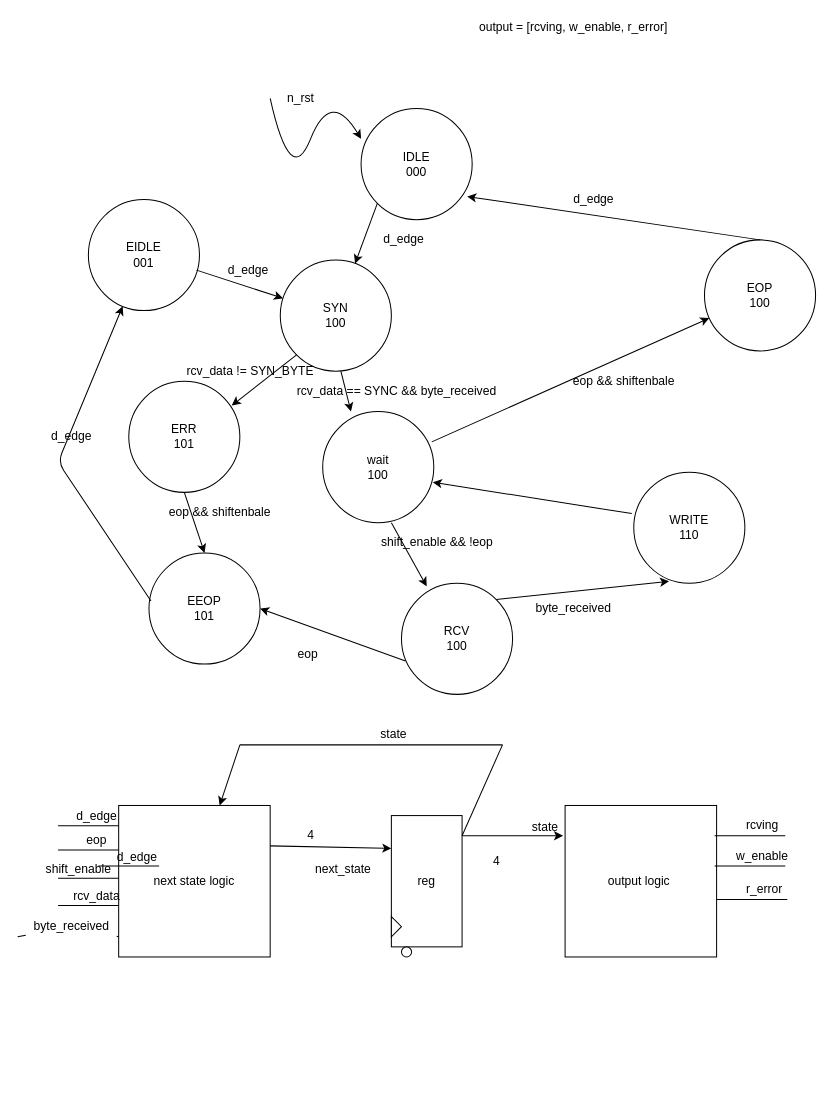
Earlier version of the draw.io diagram project/docs/RCU_RTL.drawio (Mooyeonkim628/ECE337_ASIC_Design). Source tidied: cells renumbered, new cells numbered last; positions are measured from the earlier drawing's top-left corner, leaving out a move shared by most shapes. Both pictures are drawn from the tidied source at 101%, with x=0, y=0 at pixel (17, 17).
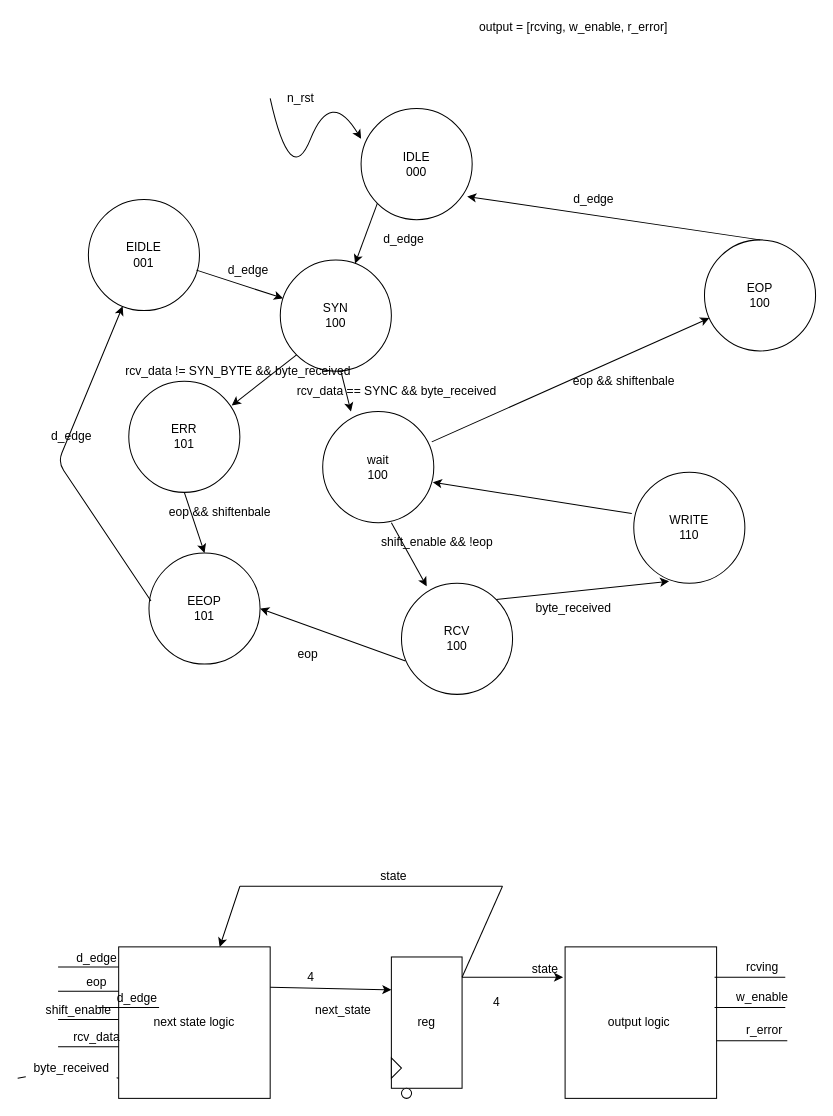
After the change.

The edit, as a diff of the source:
```diff
@@
-    <mxCell id="9" value="rcv_data != SYN_BYTE" style="text;html=1;align=center;verticalAlign=middle;" parent="1" vertex="1">
-      <mxGeometry x="160" y="340" width="140" height="20" as="geometry" />
+    <mxCell id="9" value="rcv_data != SYN_BYTE &amp;amp;&amp;amp; byte_received" style="text;html=1;align=center;verticalAlign=middle;" parent="1" vertex="1">
+      <mxGeometry x="98" y="340" width="240" height="20" as="geometry" />
     </mxCell>
@@
     <mxCell id="23" value="next state logic" style="whiteSpace=wrap;html=1;" parent="1" vertex="1">
-      <mxGeometry x="100" y="780" width="150" height="150" as="geometry" />
+      <mxGeometry x="100" y="920" width="150" height="150" as="geometry" />
     </mxCell>
     <mxCell id="24" value="reg" style="rounded=0;whiteSpace=wrap;html=1;" parent="1" vertex="1">
-      <mxGeometry x="370" y="790" width="70" height="130" as="geometry" />
+      <mxGeometry x="370" y="930" width="70" height="130" as="geometry" />
     </mxCell>
     <mxCell id="25" style="endArrow=classic;html=1;entryX=0;entryY=0.25;entryDx=0;entryDy=0;" parent="1" edge="1" target="24">
       <mxGeometry relative="1" as="geometry">
-        <mxPoint x="250" y="820" as="sourcePoint" />
+        <mxPoint x="250" y="960" as="sourcePoint" />
       </mxGeometry>
     </mxCell>
     <mxCell id="26" value="4" style="text;html=1;align=center;verticalAlign=middle;" parent="1" vertex="1">
-      <mxGeometry x="280" y="800" width="20" height="20" as="geometry" />
+      <mxGeometry x="280" y="940" width="20" height="20" as="geometry" />
     </mxCell>
     <mxCell id="27" value="next_state" style="text;html=1;align=center;verticalAlign=middle;" parent="1" vertex="1">
-      <mxGeometry x="287" y="833" width="70" height="20" as="geometry" />
+      <mxGeometry x="287" y="973" width="70" height="20" as="geometry" />
     </mxCell>
     <mxCell id="28" style="endArrow=none;html=1;" parent="1" edge="1">
       <mxGeometry relative="1" as="geometry">
-        <mxPoint x="440" y="810" as="sourcePoint" />
-        <mxPoint x="480" y="720" as="targetPoint" />
+        <mxPoint x="440" y="950" as="sourcePoint" />
+        <mxPoint x="480" y="860" as="targetPoint" />
       </mxGeometry>
     </mxCell>
     <mxCell id="29" style="endArrow=none;html=1;" parent="1" edge="1">
       <mxGeometry relative="1" as="geometry">
-        <mxPoint x="220" y="720" as="sourcePoint" />
-        <mxPoint x="480" y="720" as="targetPoint" />
+        <mxPoint x="220" y="860" as="sourcePoint" />
+        <mxPoint x="480" y="860" as="targetPoint" />
       </mxGeometry>
     </mxCell>
     <mxCell id="30" style="endArrow=classic;html=1;" parent="1" edge="1" target="23">
       <mxGeometry relative="1" as="geometry">
-        <mxPoint x="220" y="720" as="sourcePoint" />
+        <mxPoint x="220" y="860" as="sourcePoint" />
       </mxGeometry>
     </mxCell>
     <mxCell id="31" value="state" style="text;html=1;align=center;verticalAlign=middle;" parent="1" vertex="1">
-      <mxGeometry x="352" y="700" width="40" height="20" as="geometry" />
+      <mxGeometry x="352" y="840" width="40" height="20" as="geometry" />
     </mxCell>
     <mxCell id="32" style="endArrow=classic;html=1;" parent="1" edge="1">
       <mxGeometry relative="1" as="geometry">
-        <mxPoint x="440" y="810" as="sourcePoint" />
-        <mxPoint x="540" y="810" as="targetPoint" />
+        <mxPoint x="440" y="950" as="sourcePoint" />
+        <mxPoint x="540" y="950" as="targetPoint" />
       </mxGeometry>
     </mxCell>
     <mxCell id="33" style="triangle;whiteSpace=wrap;html=1;" parent="1" vertex="1">
-      <mxGeometry x="370" y="890" width="10" height="20" as="geometry" />
+      <mxGeometry x="370" y="1030" width="10" height="20" as="geometry" />
     </mxCell>
     <mxCell id="34" style="ellipse;whiteSpace=wrap;html=1;" parent="1" vertex="1">
-      <mxGeometry x="380" y="920" width="10" height="10" as="geometry" />
+      <mxGeometry x="380" y="1060" width="10" height="10" as="geometry" />
     </mxCell>
     <mxCell id="35" value="4" style="text;html=1;align=center;verticalAlign=middle;" parent="1" vertex="1">
-      <mxGeometry x="464" y="825" width="20" height="20" as="geometry" />
+      <mxGeometry x="464" y="965" width="20" height="20" as="geometry" />
     </mxCell>
     <mxCell id="36" value="state" style="text;html=1;align=center;verticalAlign=middle;" parent="1" vertex="1">
-      <mxGeometry x="502" y="792" width="40" height="20" as="geometry" />
+      <mxGeometry x="502" y="932" width="40" height="20" as="geometry" />
     </mxCell>
     <mxCell id="37" value="output logic&amp;nbsp;" style="whiteSpace=wrap;html=1;" parent="1" vertex="1">
-      <mxGeometry x="542" y="780" width="150" height="150" as="geometry" />
+      <mxGeometry x="542" y="920" width="150" height="150" as="geometry" />
     </mxCell>
     <mxCell id="38" style="endArrow=none;html=1;" parent="1" edge="1">
       <mxGeometry relative="1" as="geometry">
-        <mxPoint x="690" y="810" as="sourcePoint" />
-        <mxPoint x="760" y="810" as="targetPoint" />
+        <mxPoint x="690" y="950" as="sourcePoint" />
+        <mxPoint x="760" y="950" as="targetPoint" />
       </mxGeometry>
     </mxCell>
     <mxCell id="39" value="rcving" style="text;html=1;align=center;verticalAlign=middle;" parent="1" vertex="1">
-      <mxGeometry x="712" y="790" width="50" height="20" as="geometry" />
+      <mxGeometry x="712" y="930" width="50" height="20" as="geometry" />
     </mxCell>
     <mxCell id="40" style="endArrow=none;html=1;" parent="1" edge="1">
       <mxGeometry relative="1" as="geometry">
-        <mxPoint x="690" y="840" as="sourcePoint" />
-        <mxPoint x="760" y="840" as="targetPoint" />
+        <mxPoint x="690" y="980" as="sourcePoint" />
+        <mxPoint x="760" y="980" as="targetPoint" />
       </mxGeometry>
     </mxCell>
     <mxCell id="41" value="w_enable" style="text;html=1;align=center;verticalAlign=middle;" parent="1" vertex="1">
-      <mxGeometry x="702" y="820" width="70" height="20" as="geometry" />
+      <mxGeometry x="702" y="960" width="70" height="20" as="geometry" />
     </mxCell>
     <mxCell id="42" style="endArrow=none;html=1;" parent="1" edge="1">
       <mxGeometry relative="1" as="geometry">
-        <mxPoint x="692" y="873" as="sourcePoint" />
-        <mxPoint x="762" y="873" as="targetPoint" />
+        <mxPoint x="692" y="1013" as="sourcePoint" />
+        <mxPoint x="762" y="1013" as="targetPoint" />
       </mxGeometry>
     </mxCell>
     <mxCell id="43" value="r_error" style="text;html=1;align=center;verticalAlign=middle;" parent="1" vertex="1">
-      <mxGeometry x="714" y="853" width="50" height="20" as="geometry" />
+      <mxGeometry x="714" y="993" width="50" height="20" as="geometry" />
     </mxCell>
     <mxCell id="44" style="endArrow=none;html=1;" parent="1" edge="1">
       <mxGeometry relative="1" as="geometry">
-        <mxPoint x="40" y="800" as="sourcePoint" />
-        <mxPoint x="100" y="800" as="targetPoint" />
+        <mxPoint x="40" y="940" as="sourcePoint" />
+        <mxPoint x="100" y="940" as="targetPoint" />
       </mxGeometry>
     </mxCell>
     <mxCell id="45" value="d_edge" style="text;html=1;align=center;verticalAlign=middle;" parent="1" vertex="1">
-      <mxGeometry x="48" y="781" width="60" height="20" as="geometry" />
+      <mxGeometry x="48" y="921" width="60" height="20" as="geometry" />
     </mxCell>
     <mxCell id="46" style="endArrow=none;html=1;" parent="1" edge="1">
       <mxGeometry relative="1" as="geometry">
-        <mxPoint x="40" y="824" as="sourcePoint" />
-        <mxPoint x="100" y="824" as="targetPoint" />
+        <mxPoint x="40" y="964" as="sourcePoint" />
+        <mxPoint x="100" y="964" as="targetPoint" />
       </mxGeometry>
     </mxCell>
     <mxCell id="47" value="eop" style="text;html=1;align=center;verticalAlign=middle;" parent="1" vertex="1">
-      <mxGeometry x="58" y="805" width="40" height="20" as="geometry" />
+      <mxGeometry x="58" y="945" width="40" height="20" as="geometry" />
     </mxCell>
     <mxCell id="48" style="endArrow=none;html=1;" parent="1" edge="1">
       <mxGeometry relative="1" as="geometry">
-        <mxPoint x="40" y="852" as="sourcePoint" />
-        <mxPoint x="100" y="852" as="targetPoint" />
+        <mxPoint x="40" y="992" as="sourcePoint" />
+        <mxPoint x="100" y="992" as="targetPoint" />
       </mxGeometry>
     </mxCell>
     <mxCell id="49" value="shift_enable" style="text;html=1;align=center;verticalAlign=middle;" parent="1" vertex="1">
-      <mxGeometry x="20" y="833" width="80" height="20" as="geometry" />
+      <mxGeometry x="20" y="973" width="80" height="20" as="geometry" />
     </mxCell>
     <mxCell id="50" style="endArrow=none;html=1;" parent="1" edge="1">
       <mxGeometry relative="1" as="geometry">
-        <mxPoint x="40" y="879" as="sourcePoint" />
-        <mxPoint x="100" y="879" as="targetPoint" />
+        <mxPoint x="40" y="1019" as="sourcePoint" />
+        <mxPoint x="100" y="1019" as="targetPoint" />
       </mxGeometry>
     </mxCell>
     <mxCell id="51" value="rcv_data" style="text;html=1;align=center;verticalAlign=middle;" parent="1" vertex="1">
-      <mxGeometry x="48" y="860" width="60" height="20" as="geometry" />
+      <mxGeometry x="48" y="1000" width="60" height="20" as="geometry" />
     </mxCell>
@@
     <mxCell id="53" style="endArrow=none;html=1;" parent="1" edge="1">
       <mxGeometry relative="1" as="geometry">
-        <mxPoint x="80" y="840" as="sourcePoint" />
-        <mxPoint x="140" y="840" as="targetPoint" />
+        <mxPoint x="80" y="980" as="sourcePoint" />
+        <mxPoint x="140" y="980" as="targetPoint" />
       </mxGeometry>
     </mxCell>
     <mxCell id="54" value="d_edge" style="text;html=1;align=center;verticalAlign=middle;" parent="1" vertex="1">
-      <mxGeometry x="88" y="821" width="60" height="20" as="geometry" />
+      <mxGeometry x="88" y="961" width="60" height="20" as="geometry" />
     </mxCell>
@@
     <mxCell id="63" style="endArrow=none;html=1;" parent="1" edge="1" source="64">
       <mxGeometry relative="1" as="geometry">
-        <mxPoint x="100" y="910" as="targetPoint" />
+        <mxPoint x="100" y="1050" as="targetPoint" />
       </mxGeometry>
     </mxCell>
     <mxCell id="64" value="byte_received" style="text;html=1;align=center;verticalAlign=middle;points=[];" parent="1" vertex="1">
-      <mxGeometry x="8" y="890" width="90" height="20" as="geometry" />
+      <mxGeometry x="8" y="1030" width="90" height="20" as="geometry" />
     </mxCell>
     <mxCell id="65" style="endArrow=none;html=1;" parent="1" edge="1" target="64">
       <mxGeometry relative="1" as="geometry">
-        <mxPoint y="910" as="sourcePoint" />
+        <mxPoint y="1050" as="sourcePoint" />
       </mxGeometry>
     </mxCell>
```
